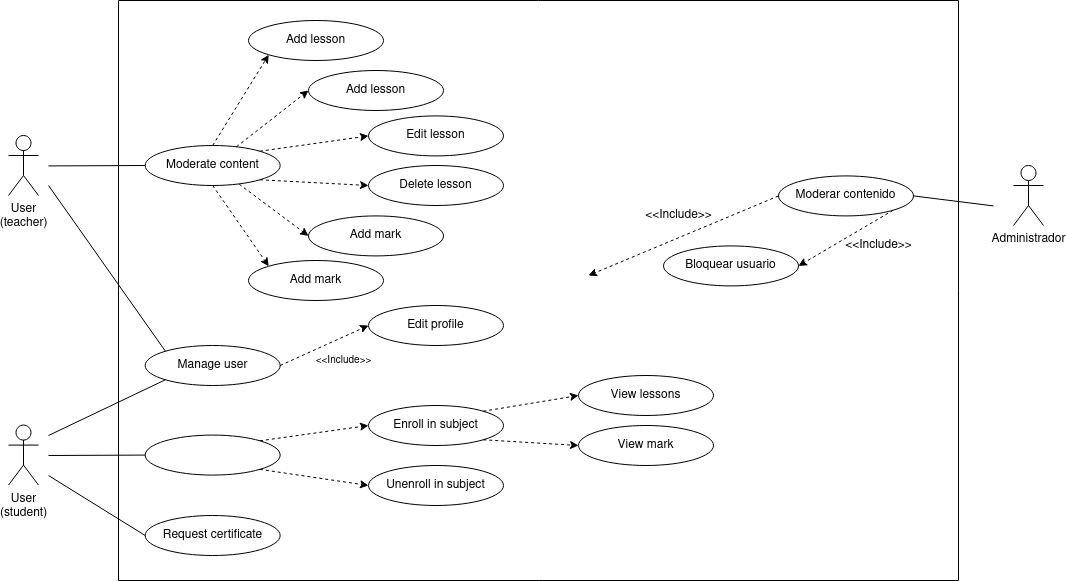
Earlier version of the draw.io export diagrams/use-case.png (Chugani05-JesusLugo2002/LuminoDocs). Source tidied: cells renumbered, new cells last; positions are measured from the earlier drawing's top-left corner, leaving out a move shared by most shapes.
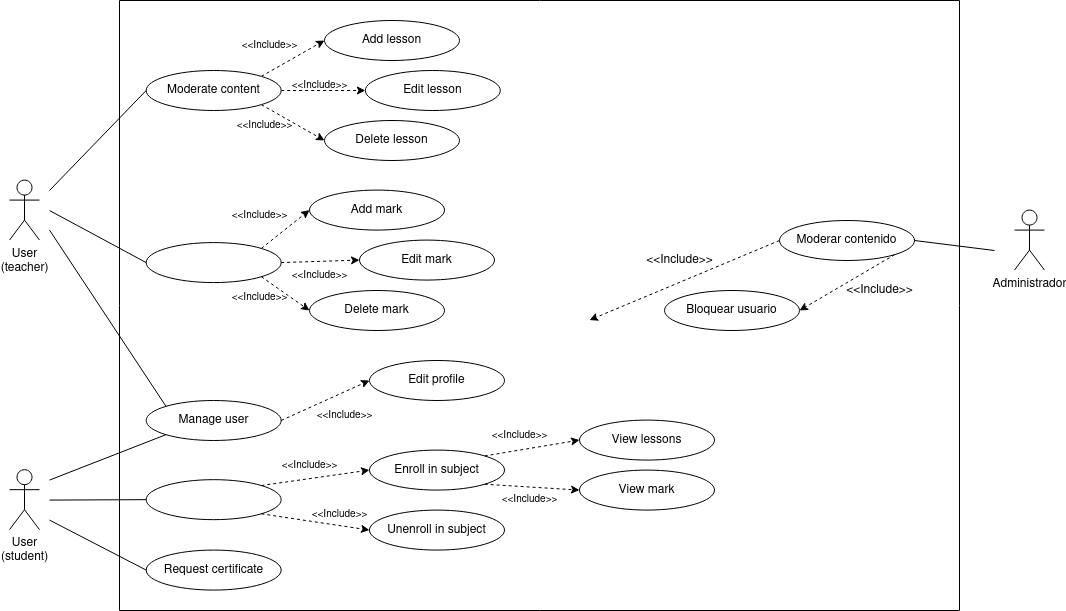
After the change.

Change to the diagram source:
```diff
@@ -3,87 +3,87 @@
     <mxCell id="0" />
     <mxCell id="1" parent="0" />
     <mxCell id="2" style="swimlane;startSize=0;" parent="1" vertex="1">
-      <mxGeometry x="110" width="840" height="580" as="geometry" />
+      <mxGeometry x="110" width="840" height="610" as="geometry" />
     </mxCell>
     <mxCell id="3" value="Administrador" style="shape=umlActor;verticalLabelPosition=bottom;verticalAlign=top;html=1;" parent="2" vertex="1">
-      <mxGeometry x="895" y="165" width="30" height="60" as="geometry" />
+      <mxGeometry x="895" y="209.6" width="30" height="60" as="geometry" />
     </mxCell>
-    <mxCell id="4" value="Delete lesson" style="ellipse;whiteSpace=wrap;html=1;" parent="2" vertex="1">
-      <mxGeometry x="250" y="165" width="135" height="40" as="geometry" />
+    <mxCell id="4" value="Add mark" style="ellipse;whiteSpace=wrap;html=1;" parent="2" vertex="1">
+      <mxGeometry x="190" y="189.6" width="135" height="40" as="geometry" />
     </mxCell>
     <mxCell id="5" value="Moderar contenido" style="ellipse;whiteSpace=wrap;html=1;" parent="2" vertex="1">
-      <mxGeometry x="660" y="175.4" width="135" height="40" as="geometry" />
+      <mxGeometry x="660" y="220" width="135" height="40" as="geometry" />
     </mxCell>
-    <mxCell id="6" value="Edit lesson" style="ellipse;whiteSpace=wrap;html=1;" parent="2" vertex="1">
-      <mxGeometry x="250" y="115.4" width="135" height="40" as="geometry" />
+    <mxCell id="6" value="Delete lesson" style="ellipse;whiteSpace=wrap;html=1;" parent="2" vertex="1">
+      <mxGeometry x="205" y="120" width="135" height="40" as="geometry" />
     </mxCell>
-    <mxCell id="7" value="Moderate content" style="ellipse;whiteSpace=wrap;html=1;" parent="2" vertex="1">
-      <mxGeometry x="26.7" y="145" width="135" height="40" as="geometry" />
+    <mxCell id="7" style="ellipse;whiteSpace=wrap;html=1;" parent="2" vertex="1">
+      <mxGeometry x="26.7" y="242.1" width="135" height="40" as="geometry" />
     </mxCell>
     <mxCell id="8" style="edgeStyle=orthogonalEdgeStyle;rounded=0;orthogonalLoop=1;jettySize=auto;html=1;exitX=0.5;exitY=1;exitDx=0;exitDy=0;" parent="2" edge="1">
       <mxGeometry relative="1" as="geometry">
-        <mxPoint x="176.7" y="344.6" as="sourcePoint" />
-        <mxPoint x="176.7" y="344.6" as="targetPoint" />
+        <mxPoint x="176.7" y="399.6" as="sourcePoint" />
+        <mxPoint x="176.7" y="399.6" as="targetPoint" />
       </mxGeometry>
     </mxCell>
     <mxCell id="9" style="endArrow=none;html=1;rounded=0;entryX=0;entryY=0.5;entryDx=0;entryDy=0;" parent="2" edge="1" target="7">
       <mxGeometry relative="1" as="geometry">
-        <mxPoint x="-70" y="165.4" as="sourcePoint" />
+        <mxPoint x="-70" y="210" as="sourcePoint" />
       </mxGeometry>
     </mxCell>
     <mxCell id="10" value="Manage user" style="ellipse;whiteSpace=wrap;html=1;" parent="2" vertex="1">
-      <mxGeometry x="26.7" y="345" width="135" height="40" as="geometry" />
+      <mxGeometry x="26.7" y="400" width="135" height="40" as="geometry" />
     </mxCell>
-    <mxCell id="11" value="Add lesson" style="ellipse;whiteSpace=wrap;html=1;" parent="2" vertex="1">
-      <mxGeometry x="190" y="70" width="135" height="40" as="geometry" />
+    <mxCell id="11" value="Edit lesson" style="ellipse;whiteSpace=wrap;html=1;" parent="2" vertex="1">
+      <mxGeometry x="245.8" y="70" width="135" height="40" as="geometry" />
     </mxCell>
-    <mxCell id="12" style="endArrow=classic;dashed=1;html=1;rounded=0;exitX=0.5;exitY=0;exitDx=0;exitDy=0;entryX=0;entryY=1;entryDx=0;entryDy=0;endFill=1;" parent="2" edge="1" source="7" target="43">
+    <mxCell id="12" style="endArrow=classic;dashed=1;html=1;rounded=0;exitX=1;exitY=0;exitDx=0;exitDy=0;entryX=0;entryY=0.5;entryDx=0;entryDy=0;endFill=1;" parent="2" edge="1" source="47" target="43">
       <mxGeometry relative="1" as="geometry" />
     </mxCell>
     <mxCell id="13" value="Edit profile" style="ellipse;whiteSpace=wrap;html=1;" parent="2" vertex="1">
-      <mxGeometry x="250" y="305" width="135" height="40" as="geometry" />
+      <mxGeometry x="250" y="360" width="135" height="40" as="geometry" />
     </mxCell>
     <mxCell id="14" style="endArrow=classic;dashed=1;html=1;rounded=0;exitX=1;exitY=0.5;exitDx=0;exitDy=0;entryX=0;entryY=0.5;entryDx=0;entryDy=0;endFill=1;" parent="2" edge="1" source="10" target="13">
       <mxGeometry relative="1" as="geometry" />
     </mxCell>
     <mxCell id="15" value="&lt;font style=&quot;font-size: 10px;&quot;&gt;&amp;lt;&amp;lt;Include&amp;gt;&amp;gt;&lt;/font&gt;" style="text;html=1;align=center;verticalAlign=middle;strokeColor=none;fillColor=none;" parent="2" vertex="1">
-      <mxGeometry x="185" y="345" width="80" height="30" as="geometry" />
+      <mxGeometry x="185" y="400" width="80" height="30" as="geometry" />
     </mxCell>
     <mxCell id="16" value="Bloquear usuario" style="ellipse;whiteSpace=wrap;html=1;" parent="2" vertex="1">
-      <mxGeometry x="545" y="245.4" width="135" height="40" as="geometry" />
+      <mxGeometry x="545" y="290" width="135" height="40" as="geometry" />
     </mxCell>
     <mxCell id="17" style="endArrow=classic;dashed=1;html=1;rounded=0;exitX=1;exitY=1;exitDx=0;exitDy=0;entryX=1;entryY=0.5;entryDx=0;entryDy=0;endFill=1;" parent="2" edge="1" source="5" target="16">
       <mxGeometry relative="1" as="geometry" />
     </mxCell>
     <mxCell id="18" style="endArrow=classic;dashed=1;html=1;rounded=0;entryX=1;entryY=0.5;entryDx=0;entryDy=0;endFill=1;exitX=0;exitY=0.5;exitDx=0;exitDy=0;" parent="2" edge="1" source="5">
       <mxGeometry relative="1" as="geometry">
-        <mxPoint x="470" y="275" as="targetPoint" />
+        <mxPoint x="470" y="319.6" as="targetPoint" />
       </mxGeometry>
     </mxCell>
     <mxCell id="19" value="&amp;lt;&amp;lt;Include&amp;gt;&amp;gt;" style="text;html=1;align=center;verticalAlign=middle;strokeColor=none;fillColor=none;" parent="2" vertex="1">
-      <mxGeometry x="515" y="200" width="90" height="30" as="geometry" />
+      <mxGeometry x="515" y="244.6" width="90" height="30" as="geometry" />
     </mxCell>
     <mxCell id="20" value="&amp;lt;&amp;lt;Include&amp;gt;&amp;gt;" style="text;html=1;align=center;verticalAlign=middle;strokeColor=none;fillColor=none;" parent="2" vertex="1">
-      <mxGeometry x="715" y="230" width="90" height="30" as="geometry" />
+      <mxGeometry x="715" y="274.6" width="90" height="30" as="geometry" />
     </mxCell>
     <mxCell id="21" style="endArrow=none;html=1;rounded=0;exitX=1;exitY=0.5;exitDx=0;exitDy=0;" parent="2" edge="1" source="5">
       <mxGeometry relative="1" as="geometry">
-        <mxPoint x="875" y="205.4" as="targetPoint" />
+        <mxPoint x="875" y="250" as="targetPoint" />
       </mxGeometry>
     </mxCell>
     <mxCell id="22" value="&lt;div&gt;User&lt;/div&gt;&lt;div&gt;(teacher)&lt;/div&gt;" style="shape=umlActor;verticalLabelPosition=bottom;verticalAlign=top;html=1;fontStyle=0;" parent="2" vertex="1">
-      <mxGeometry x="-110" y="135" width="30" height="60" as="geometry" />
+      <mxGeometry x="-110" y="179.6" width="30" height="60" as="geometry" />
     </mxCell>
     <mxCell id="23" style="endArrow=none;html=1;rounded=0;entryX=0;entryY=0;entryDx=0;entryDy=0;" parent="2" edge="1" target="10">
       <mxGeometry relative="1" as="geometry">
-        <mxPoint x="-70" y="185" as="sourcePoint" />
+        <mxPoint x="-70" y="229.6" as="sourcePoint" />
       </mxGeometry>
     </mxCell>
     <mxCell id="24" value="View lessons" style="ellipse;whiteSpace=wrap;html=1;" parent="2" vertex="1">
-      <mxGeometry x="460" y="375" width="135" height="40" as="geometry" />
+      <mxGeometry x="460" y="419.6" width="135" height="40" as="geometry" />
     </mxCell>
     <mxCell id="25" style="ellipse;whiteSpace=wrap;html=1;" parent="2" vertex="1">
-      <mxGeometry x="26.7" y="434.6" width="135" height="40" as="geometry" />
+      <mxGeometry x="26.7" y="479.2" width="135" height="40" as="geometry" />
     </mxCell>
     <mxCell id="26" style="edgeStyle=orthogonalEdgeStyle;rounded=0;orthogonalLoop=1;jettySize=auto;html=1;exitX=0.5;exitY=1;exitDx=0;exitDy=0;" parent="2" edge="1">
       <mxGeometry relative="1" as="geometry">
@@ -93,42 +93,42 @@
     </mxCell>
     <mxCell id="27" style="endArrow=none;html=1;rounded=0;entryX=0;entryY=1;entryDx=0;entryDy=0;" parent="2" edge="1" target="10">
       <mxGeometry relative="1" as="geometry">
-        <mxPoint x="-70" y="435" as="sourcePoint" />
+        <mxPoint x="-70" y="479.6" as="sourcePoint" />
       </mxGeometry>
     </mxCell>
     <mxCell id="28" style="endArrow=none;html=1;rounded=0;entryX=0;entryY=0.5;entryDx=0;entryDy=0;" parent="2" edge="1" target="25">
       <mxGeometry relative="1" as="geometry">
-        <mxPoint x="-70" y="455" as="sourcePoint" />
+        <mxPoint x="-70" y="499.6" as="sourcePoint" />
       </mxGeometry>
     </mxCell>
     <mxCell id="29" value="Request certificate" style="ellipse;whiteSpace=wrap;html=1;" parent="2" vertex="1">
-      <mxGeometry x="26.7" y="515" width="135" height="40" as="geometry" />
+      <mxGeometry x="26.7" y="549.6" width="135" height="40" as="geometry" />
     </mxCell>
     <mxCell id="30" value="Enroll in subject" style="ellipse;whiteSpace=wrap;html=1;" parent="2" vertex="1">
-      <mxGeometry x="250" y="405" width="135" height="40" as="geometry" />
+      <mxGeometry x="250" y="449.6" width="135" height="40" as="geometry" />
     </mxCell>
     <mxCell id="31" style="endArrow=classic;dashed=1;html=1;rounded=0;exitX=1;exitY=0;exitDx=0;exitDy=0;entryX=0;entryY=0.5;entryDx=0;entryDy=0;endFill=1;" parent="2" edge="1" source="25" target="30">
       <mxGeometry relative="1" as="geometry" />
     </mxCell>
     <mxCell id="32" value="&lt;div&gt;User&lt;/div&gt;&lt;div&gt;(student)&lt;/div&gt;" style="shape=umlActor;verticalLabelPosition=bottom;verticalAlign=top;html=1;fontStyle=0;" parent="2" vertex="1">
-      <mxGeometry x="-110" y="424.6" width="30" height="60" as="geometry" />
+      <mxGeometry x="-110" y="469.2" width="30" height="60" as="geometry" />
     </mxCell>
     <mxCell id="33" style="endArrow=none;html=1;rounded=0;entryX=0;entryY=0.5;entryDx=0;entryDy=0;" parent="2" edge="1" target="29">
       <mxGeometry relative="1" as="geometry">
-        <mxPoint x="-70" y="475" as="sourcePoint" />
+        <mxPoint x="-70" y="519.6" as="sourcePoint" />
       </mxGeometry>
     </mxCell>
     <mxCell id="34" value="&lt;div&gt;Unenroll in subject&lt;/div&gt;" style="ellipse;whiteSpace=wrap;html=1;" parent="2" vertex="1">
-      <mxGeometry x="250" y="465" width="135" height="40" as="geometry" />
+      <mxGeometry x="250" y="509.6" width="135" height="40" as="geometry" />
     </mxCell>
     <mxCell id="35" style="endArrow=classic;dashed=1;html=1;rounded=0;exitX=1;exitY=1;exitDx=0;exitDy=0;entryX=0;entryY=0.5;entryDx=0;entryDy=0;endFill=1;" parent="2" edge="1" source="25" target="34">
       <mxGeometry relative="1" as="geometry" />
     </mxCell>
-    <mxCell id="36" value="Add mark" style="ellipse;whiteSpace=wrap;html=1;" parent="2" vertex="1">
-      <mxGeometry x="190" y="215.4" width="135" height="40" as="geometry" />
+    <mxCell id="36" value="Edit mark" style="ellipse;whiteSpace=wrap;html=1;" parent="2" vertex="1">
+      <mxGeometry x="240" y="239.6" width="135" height="40" as="geometry" />
     </mxCell>
     <mxCell id="37" value="View mark" style="ellipse;whiteSpace=wrap;html=1;" parent="2" vertex="1">
-      <mxGeometry x="460" y="425" width="135" height="40" as="geometry" />
+      <mxGeometry x="460" y="469.6" width="135" height="40" as="geometry" />
     </mxCell>
     <mxCell id="38" style="endArrow=classic;dashed=1;html=1;rounded=0;exitX=1;exitY=0;exitDx=0;exitDy=0;entryX=0;entryY=0.5;entryDx=0;entryDy=0;endFill=1;" parent="2" edge="1" source="30" target="24">
       <mxGeometry relative="1" as="geometry" />
@@ -136,26 +136,64 @@
     <mxCell id="39" style="endArrow=classic;dashed=1;html=1;rounded=0;exitX=1;exitY=1;exitDx=0;exitDy=0;entryX=0;entryY=0.5;entryDx=0;entryDy=0;endFill=1;" parent="2" edge="1" source="30" target="37">
       <mxGeometry relative="1" as="geometry" />
     </mxCell>
-    <mxCell id="40" style="endArrow=classic;dashed=1;html=1;rounded=0;exitX=0.5;exitY=1;exitDx=0;exitDy=0;entryX=0;entryY=0;entryDx=0;entryDy=0;endFill=1;" parent="2" edge="1" source="7" target="42">
+    <mxCell id="40" style="endArrow=classic;dashed=1;html=1;rounded=0;exitX=1;exitY=1;exitDx=0;exitDy=0;entryX=0;entryY=0.5;entryDx=0;entryDy=0;endFill=1;" parent="2" edge="1" source="7" target="42">
       <mxGeometry relative="1" as="geometry" />
     </mxCell>
-    <mxCell id="41" style="endArrow=classic;dashed=1;html=1;rounded=0;exitX=1;exitY=1;exitDx=0;exitDy=0;entryX=0;entryY=0.5;entryDx=0;entryDy=0;endFill=1;" parent="2" edge="1" source="7" target="4">
+    <mxCell id="41" style="endArrow=classic;dashed=1;html=1;rounded=0;exitX=1;exitY=0;exitDx=0;exitDy=0;entryX=0;entryY=0.5;entryDx=0;entryDy=0;endFill=1;" parent="2" edge="1" source="7" target="4">
       <mxGeometry relative="1" as="geometry" />
     </mxCell>
-    <mxCell id="42" value="Add mark" style="ellipse;whiteSpace=wrap;html=1;" parent="2" vertex="1">
-      <mxGeometry x="130" y="260" width="135" height="40" as="geometry" />
+    <mxCell id="42" value="Delete mark" style="ellipse;whiteSpace=wrap;html=1;" parent="2" vertex="1">
+      <mxGeometry x="190" y="290" width="135" height="40" as="geometry" />
     </mxCell>
     <mxCell id="43" value="Add lesson" style="ellipse;whiteSpace=wrap;html=1;" parent="2" vertex="1">
-      <mxGeometry x="130" y="20" width="135" height="40" as="geometry" />
+      <mxGeometry x="205" y="20" width="135" height="40" as="geometry" />
     </mxCell>
-    <mxCell id="44" style="endArrow=classic;dashed=1;html=1;rounded=0;exitX=1;exitY=0;exitDx=0;exitDy=0;entryX=0;entryY=0.5;entryDx=0;entryDy=0;endFill=1;" parent="2" edge="1" source="7" target="6">
+    <mxCell id="44" style="endArrow=classic;dashed=1;html=1;rounded=0;exitX=1;exitY=1;exitDx=0;exitDy=0;entryX=0;entryY=0.5;entryDx=0;entryDy=0;endFill=1;" parent="2" edge="1" source="47" target="6">
       <mxGeometry relative="1" as="geometry" />
     </mxCell>
-    <mxCell id="45" style="endArrow=classic;dashed=1;html=1;rounded=0;entryX=0;entryY=0.5;entryDx=0;entryDy=0;endFill=1;exitX=0.676;exitY=0.032;exitDx=0;exitDy=0;exitPerimeter=0;" parent="2" edge="1" source="7" target="11">
+    <mxCell id="45" style="endArrow=classic;dashed=1;html=1;rounded=0;entryX=0;entryY=0.5;entryDx=0;entryDy=0;endFill=1;exitX=1;exitY=0.5;exitDx=0;exitDy=0;" parent="2" edge="1" source="47" target="11">
       <mxGeometry relative="1" as="geometry" />
     </mxCell>
-    <mxCell id="46" style="endArrow=classic;dashed=1;html=1;rounded=0;exitX=0.696;exitY=0.966;exitDx=0;exitDy=0;entryX=0;entryY=0.5;entryDx=0;entryDy=0;endFill=1;exitPerimeter=0;" parent="2" edge="1" source="7" target="36">
+    <mxCell id="46" style="endArrow=classic;dashed=1;html=1;rounded=0;exitX=1;exitY=0.5;exitDx=0;exitDy=0;entryX=0;entryY=0.5;entryDx=0;entryDy=0;endFill=1;" parent="2" edge="1" source="7" target="36">
       <mxGeometry relative="1" as="geometry" />
     </mxCell>
+    <mxCell id="47" value="Moderate content" style="ellipse;whiteSpace=wrap;html=1;" parent="2" vertex="1">
+      <mxGeometry x="26.7" y="70" width="135" height="40" as="geometry" />
+    </mxCell>
+    <mxCell id="48" style="endArrow=none;html=1;rounded=0;entryX=0;entryY=0.5;entryDx=0;entryDy=0;" parent="2" edge="1" target="47">
+      <mxGeometry relative="1" as="geometry">
+        <mxPoint x="-70" y="190" as="sourcePoint" />
+      </mxGeometry>
+    </mxCell>
+    <mxCell id="49" value="&lt;font style=&quot;font-size: 10px;&quot;&gt;&amp;lt;&amp;lt;Include&amp;gt;&amp;gt;&lt;/font&gt;" style="text;html=1;align=center;verticalAlign=middle;strokeColor=none;fillColor=none;" parent="2" vertex="1">
+      <mxGeometry x="150" y="449.6" width="80" height="30" as="geometry" />
+    </mxCell>
+    <mxCell id="50" value="&lt;font style=&quot;font-size: 10px;&quot;&gt;&amp;lt;&amp;lt;Include&amp;gt;&amp;gt;&lt;/font&gt;" style="text;html=1;align=center;verticalAlign=middle;strokeColor=none;fillColor=none;" parent="2" vertex="1">
+      <mxGeometry x="360" y="419.6" width="80" height="30" as="geometry" />
+    </mxCell>
+    <mxCell id="51" value="&lt;font style=&quot;font-size: 10px;&quot;&gt;&amp;lt;&amp;lt;Include&amp;gt;&amp;gt;&lt;/font&gt;" style="text;html=1;align=center;verticalAlign=middle;strokeColor=none;fillColor=none;" parent="2" vertex="1">
+      <mxGeometry x="370" y="484.2" width="80" height="30" as="geometry" />
+    </mxCell>
+    <mxCell id="52" value="&lt;font style=&quot;font-size: 10px;&quot;&gt;&amp;lt;&amp;lt;Include&amp;gt;&amp;gt;&lt;/font&gt;" style="text;html=1;align=center;verticalAlign=middle;strokeColor=none;fillColor=none;" parent="2" vertex="1">
+      <mxGeometry x="180" y="499.2" width="80" height="30" as="geometry" />
+    </mxCell>
+    <mxCell id="53" value="&lt;font style=&quot;font-size: 10px;&quot;&gt;&amp;lt;&amp;lt;Include&amp;gt;&amp;gt;&lt;/font&gt;" style="text;html=1;align=center;verticalAlign=middle;strokeColor=none;fillColor=none;" parent="2" vertex="1">
+      <mxGeometry x="100" y="282.1" width="80" height="30" as="geometry" />
+    </mxCell>
+    <mxCell id="54" value="&lt;font style=&quot;font-size: 10px;&quot;&gt;&amp;lt;&amp;lt;Include&amp;gt;&amp;gt;&lt;/font&gt;" style="text;html=1;align=center;verticalAlign=middle;strokeColor=none;fillColor=none;" parent="2" vertex="1">
+      <mxGeometry x="100" y="199.6" width="80" height="30" as="geometry" />
+    </mxCell>
+    <mxCell id="55" value="&lt;font style=&quot;font-size: 10px;&quot;&gt;&amp;lt;&amp;lt;Include&amp;gt;&amp;gt;&lt;/font&gt;" style="text;html=1;align=center;verticalAlign=middle;strokeColor=none;fillColor=none;" parent="2" vertex="1">
+      <mxGeometry x="160" y="260" width="80" height="30" as="geometry" />
+    </mxCell>
+    <mxCell id="56" value="&lt;font style=&quot;font-size: 10px;&quot;&gt;&amp;lt;&amp;lt;Include&amp;gt;&amp;gt;&lt;/font&gt;" style="text;html=1;align=center;verticalAlign=middle;strokeColor=none;fillColor=none;" parent="2" vertex="1">
+      <mxGeometry x="110" y="30" width="80" height="30" as="geometry" />
+    </mxCell>
+    <mxCell id="57" value="&lt;font style=&quot;font-size: 10px;&quot;&gt;&amp;lt;&amp;lt;Include&amp;gt;&amp;gt;&lt;/font&gt;" style="text;html=1;align=center;verticalAlign=middle;strokeColor=none;fillColor=none;" parent="2" vertex="1">
+      <mxGeometry x="105" y="110" width="80" height="30" as="geometry" />
+    </mxCell>
+    <mxCell id="58" value="&lt;font style=&quot;font-size: 10px;&quot;&gt;&amp;lt;&amp;lt;Include&amp;gt;&amp;gt;&lt;/font&gt;" style="text;html=1;align=center;verticalAlign=middle;strokeColor=none;fillColor=none;" parent="2" vertex="1">
+      <mxGeometry x="160" y="70" width="80" height="30" as="geometry" />
+    </mxCell>
   </root>
 </mxGraphModel>
```
